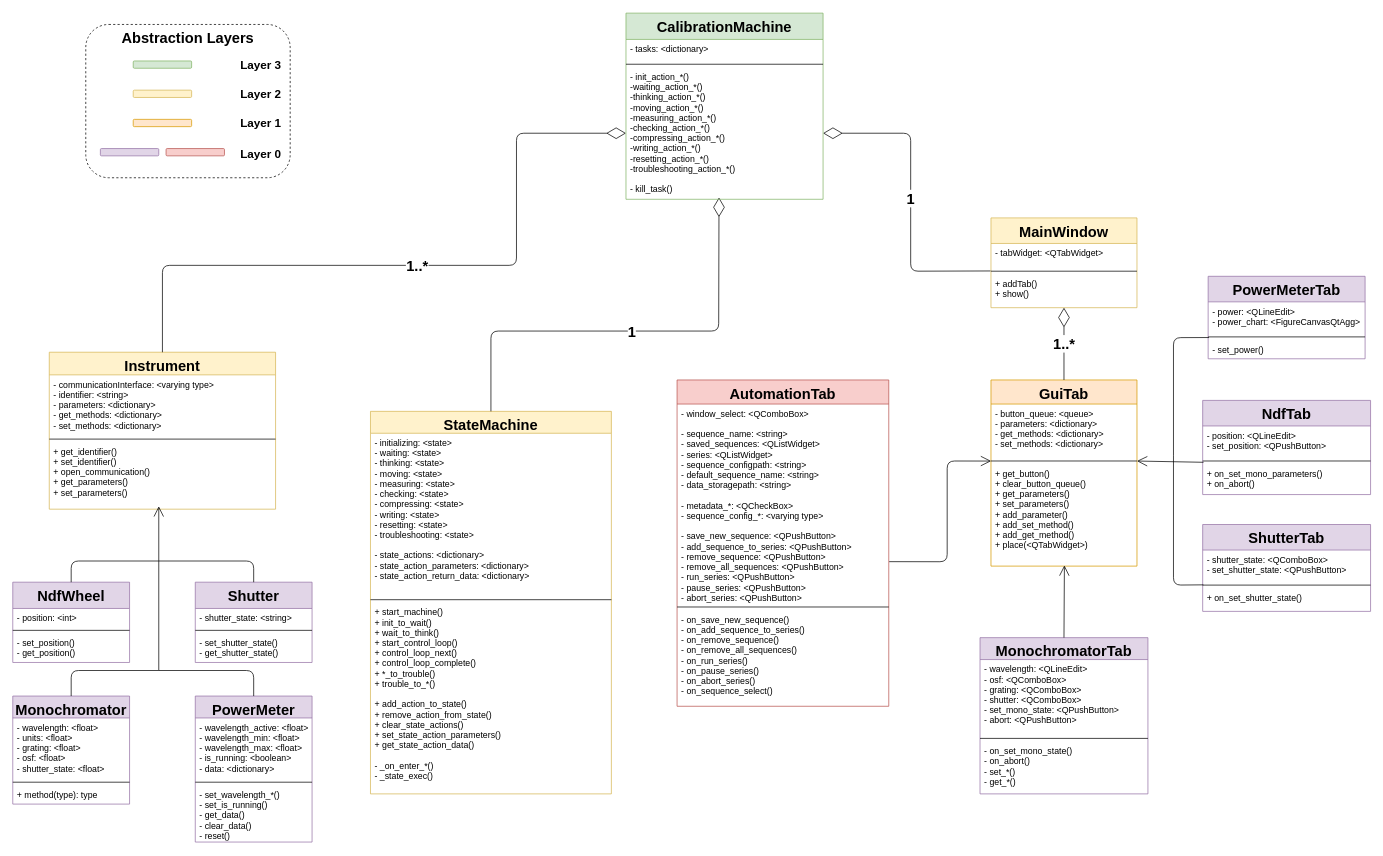
Earlier version of the draw.io diagram SPHEREx-Calibration-Automation/presentations/Review/SPHEREx_TestCal_AutomationSoftware.drawio (samcondon4/SPHEREx-lab-tools). Source tidied: cells renumbered, new cells numbered last; positions are measured from the earlier drawing's top-left corner, leaving out a move shared by most shapes. Both pictures are drawn from the tidied source at 73%, with x=0, y=0 at pixel (12, 12).
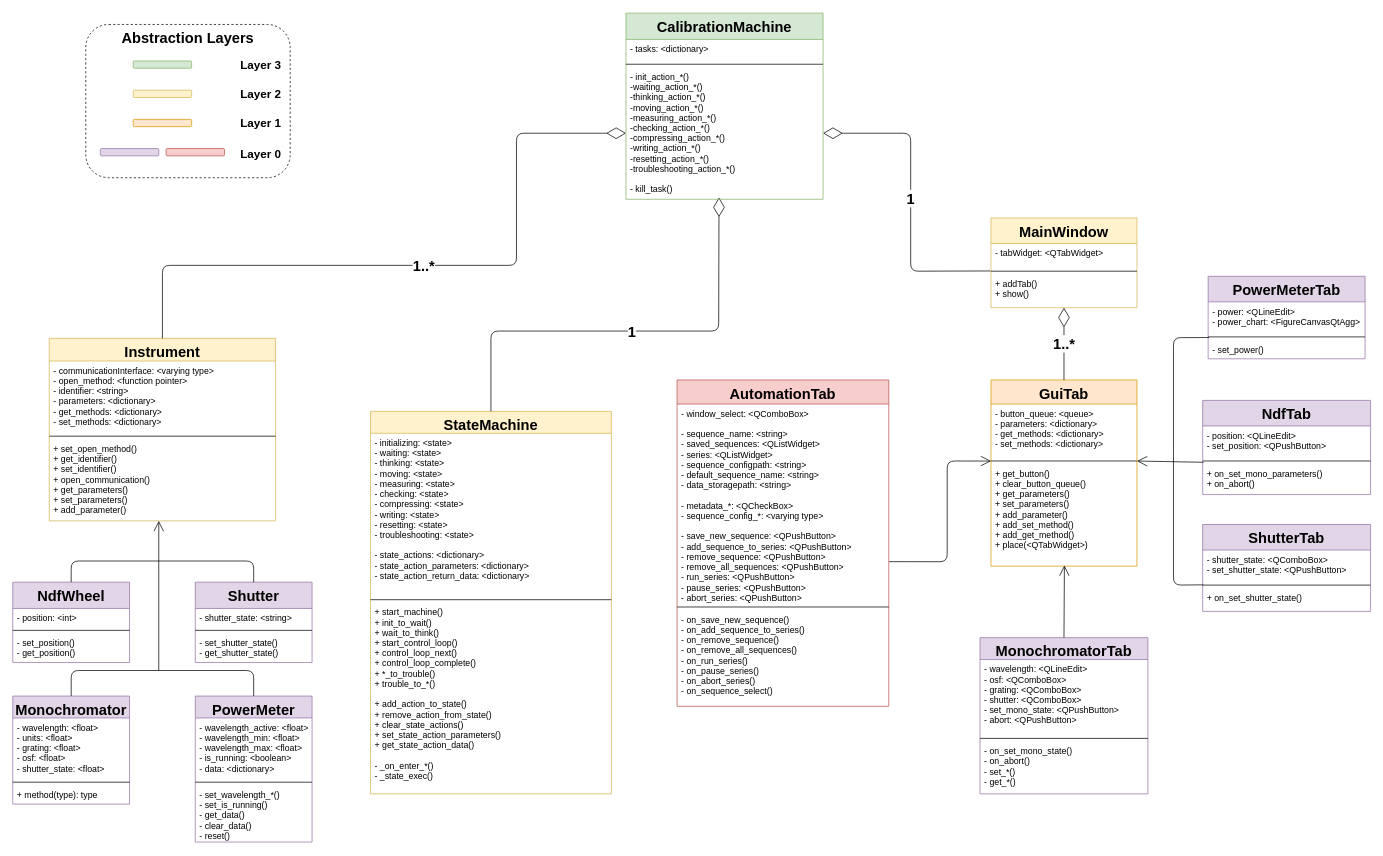
The same page after the edit.

Change to the diagram source:
```diff
@@
     <mxCell id="3" value="Instrument&#10;" style="swimlane;fontStyle=1;align=center;verticalAlign=top;horizontal=1;startSize=31;fillColor=#fff2cc;strokeColor=#d6b656;fontSize=20;" parent="1" vertex="1">
-      <mxGeometry x="50" y="465" width="310" height="215" as="geometry" />
+      <mxGeometry x="50" y="446" width="310" height="250" as="geometry" />
     </mxCell>
-    <mxCell id="4" value="- communicationInterface: &lt;varying type&gt;&#10;- identifier: &lt;string&gt;&#10;- parameters: &lt;dictionary&gt;&#10;- get_methods: &lt;dictionary&gt;&#10;- set_methods: &lt;dictionary&gt;" style="text;strokeColor=none;fillColor=none;align=left;verticalAlign=top;spacingLeft=4;spacingRight=4;overflow=hidden;" parent="3" vertex="1">
-      <mxGeometry y="31" width="310" height="84" as="geometry" />
+    <mxCell id="4" value="- communicationInterface: &lt;varying type&gt;&#10;- open_method: &lt;function pointer&gt;&#10;- identifier: &lt;string&gt;&#10;- parameters: &lt;dictionary&gt;&#10;- get_methods: &lt;dictionary&gt;&#10;- set_methods: &lt;dictionary&gt;" style="text;strokeColor=none;fillColor=none;align=left;verticalAlign=top;spacingLeft=4;spacingRight=4;overflow=hidden;" parent="3" vertex="1">
+      <mxGeometry y="31" width="310" height="99" as="geometry" />
     </mxCell>
     <mxCell id="5" style="line;strokeWidth=1;fillColor=none;align=left;verticalAlign=middle;spacingTop=-1;spacingLeft=3;spacingRight=3;labelPosition=right;" parent="3" vertex="1">
-      <mxGeometry y="115" width="310" height="8" as="geometry" />
+      <mxGeometry y="130" width="310" height="8" as="geometry" />
     </mxCell>
-    <mxCell id="6" value="+ get_identifier()&#10;+ set_identifier()&#10;+ open_communication()&#10;+ get_parameters()&#10;+ set_parameters()" style="text;strokeColor=none;fillColor=none;align=left;verticalAlign=top;spacingLeft=4;spacingRight=4;overflow=hidden;" parent="3" vertex="1">
-      <mxGeometry y="123" width="310" height="92" as="geometry" />
+    <mxCell id="6" value="+ set_open_method()&#10;+ get_identifier()&#10;+ set_identifier()&#10;+ open_communication()&#10;+ get_parameters()&#10;+ set_parameters()&#10;+ add_parameter()" style="text;strokeColor=none;fillColor=none;align=left;verticalAlign=top;spacingLeft=4;spacingRight=4;overflow=hidden;" parent="3" vertex="1">
+      <mxGeometry y="138" width="310" height="112" as="geometry" />
     </mxCell>
@@
     <mxCell id="68" style="endArrow=open;endFill=1;endSize=12;html=1;fontSize=20;" parent="1" edge="1">
       <mxGeometry relative="1" as="geometry">
         <mxPoint x="200" y="901" as="sourcePoint" />
-        <mxPoint x="200" y="676" as="targetPoint" />
+        <mxPoint x="200" y="696" as="targetPoint" />
       </mxGeometry>
     </mxCell>
```
